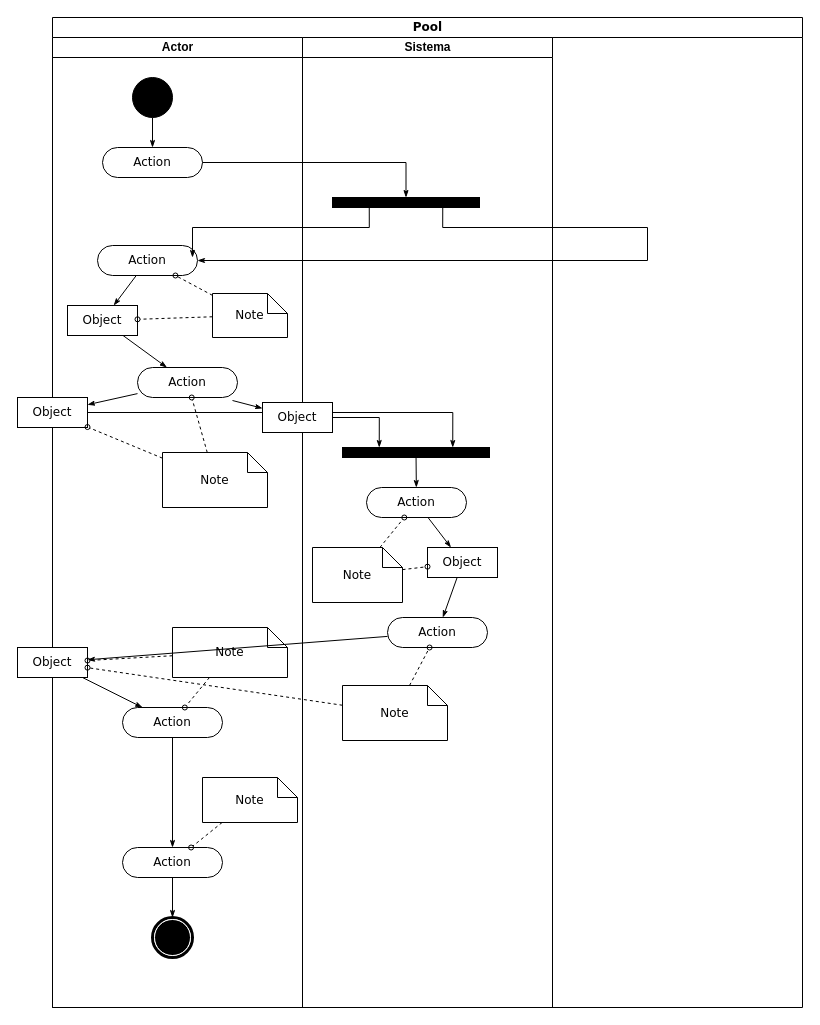
The draw.io diagram Taller diagrama de actividades.drawio in NeutronBlast/IS-Ex, before the edit. Source tidied: cells renumbered, new cells numbered last; positions are measured from the earlier drawing's top-left corner, leaving out a move shared by most shapes. Both pictures are drawn from the tidied source at 100%, with x=0, y=0 at pixel (17, 17).
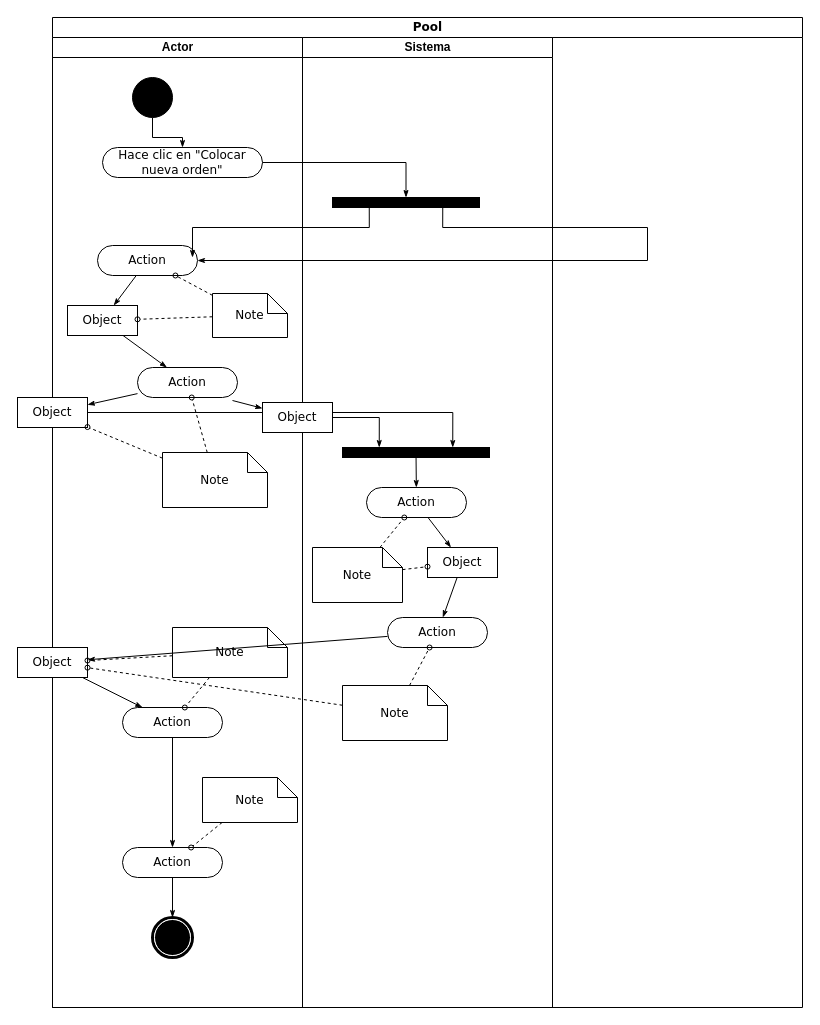
The same diagram, later.

The change refers to these unchanged cells:
```xml
<mxCell id="3" value="Actor" style="swimlane;html=1;startSize=20;" parent="2" vertex="1">
  <mxGeometry y="20" width="250" height="970" as="geometry" />
</mxCell>
```

What changed in the source:
```diff
@@
-    <mxCell id="6" value="Action" style="rounded=1;whiteSpace=wrap;html=1;shadow=0;comic=0;labelBackgroundColor=none;strokeColor=#000000;strokeWidth=1;fillColor=#ffffff;fontFamily=Verdana;fontSize=12;fontColor=#000000;align=center;arcSize=50;" parent="3" vertex="1">
-      <mxGeometry x="50" y="110" width="100" height="30" as="geometry" />
+    <mxCell id="6" value="Hace clic en &quot;Colocar nueva orden&quot;" style="rounded=1;whiteSpace=wrap;html=1;shadow=0;comic=0;labelBackgroundColor=none;strokeColor=#000000;strokeWidth=1;fillColor=#ffffff;fontFamily=Verdana;fontSize=12;fontColor=#000000;align=center;arcSize=50;" parent="3" vertex="1">
+      <mxGeometry x="50" y="110" width="160" height="30" as="geometry" />
     </mxCell>
```
